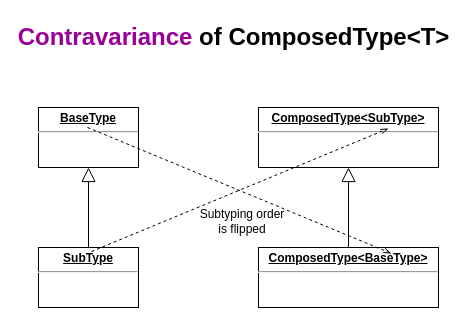
Earlier version of the draw.io diagram page "Contravariance" (3 of 4) of content/posts/153-covariance-contravariance/diagrams/diagram.drawio (panzerdp/dmitripavlutin.com). Source tidied: cells renumbered, new cells numbered last; positions are measured from the earlier drawing's top-left corner, leaving out a move shared by most shapes. Both pictures are drawn from the tidied source at 100%, with x=0, y=0 at pixel (28, 17).
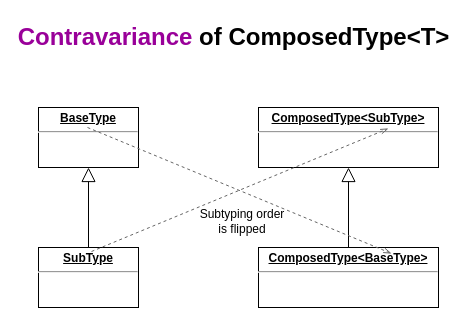
After the change.

What changed in the source:
```diff
@@
 <mxGraphModel>
   <root>
     <mxCell id="0" />
     <mxCell id="1" parent="0" />
     <mxCell id="2" value="&lt;p style=&quot;margin: 0px ; margin-top: 4px ; text-align: center ; text-decoration: underline&quot;&gt;&lt;b&gt;BaseType&lt;/b&gt;&lt;/p&gt;&lt;hr&gt;&lt;p style=&quot;margin: 0px ; margin-left: 8px&quot;&gt;&lt;br&gt;&lt;/p&gt;" style="verticalAlign=top;align=left;overflow=fill;fontSize=12;fontFamily=Helvetica;html=1;" parent="1" vertex="1">
       <mxGeometry x="10" y="90" width="100" height="60" as="geometry" />
     </mxCell>
     <mxCell id="3" style="endArrow=block;endFill=0;endSize=12;html=1;exitX=0.5;exitY=0;exitDx=0;exitDy=0;entryX=0.5;entryY=1;entryDx=0;entryDy=0;entryPerimeter=0;" parent="1" edge="1" target="2">
       <mxGeometry relative="1" as="geometry">
         <mxPoint x="60" y="230" as="sourcePoint" />
       </mxGeometry>
     </mxCell>
     <mxCell id="4" value="&lt;p style=&quot;margin: 0px ; margin-top: 4px ; text-align: center ; text-decoration: underline&quot;&gt;&lt;b&gt;ComposedType&amp;lt;SubType&amp;gt;&lt;/b&gt;&lt;/p&gt;&lt;hr&gt;&lt;p style=&quot;margin: 0px ; margin-left: 8px&quot;&gt;&lt;br&gt;&lt;/p&gt;" style="verticalAlign=top;align=left;overflow=fill;fontSize=12;fontFamily=Helvetica;html=1;" parent="1" vertex="1">
       <mxGeometry x="230" y="90" width="180" height="60" as="geometry" />
     </mxCell>
     <mxCell id="5" style="endArrow=block;endFill=0;endSize=12;html=1;exitX=0.5;exitY=0;exitDx=0;exitDy=0;entryX=0.5;entryY=1;entryDx=0;entryDy=0;entryPerimeter=0;" parent="1" edge="1" target="4">
       <mxGeometry relative="1" as="geometry">
         <mxPoint x="320" y="230" as="sourcePoint" />
       </mxGeometry>
     </mxCell>
     <mxCell id="6" value="&lt;p style=&quot;margin: 0px ; margin-top: 4px ; text-align: center ; text-decoration: underline&quot;&gt;&lt;b&gt;SubType&lt;/b&gt;&lt;/p&gt;&lt;hr&gt;&lt;p style=&quot;margin: 0px ; margin-left: 8px&quot;&gt;&lt;br&gt;&lt;/p&gt;" style="verticalAlign=top;align=left;overflow=fill;fontSize=12;fontFamily=Helvetica;html=1;" parent="1" vertex="1">
       <mxGeometry x="10" y="230" width="100" height="60" as="geometry" />
     </mxCell>
     <mxCell id="7" value="&lt;p style=&quot;margin: 0px ; margin-top: 4px ; text-align: center ; text-decoration: underline&quot;&gt;&lt;b&gt;ComposedType&amp;lt;BaseType&amp;gt;&lt;/b&gt;&lt;/p&gt;&lt;hr&gt;&lt;p style=&quot;margin: 0px ; margin-left: 8px&quot;&gt;&lt;br&gt;&lt;/p&gt;" style="verticalAlign=top;align=left;overflow=fill;fontSize=12;fontFamily=Helvetica;html=1;" parent="1" vertex="1">
       <mxGeometry x="230" y="230" width="180" height="60" as="geometry" />
     </mxCell>
     <mxCell id="8" value="&lt;font color=&quot;#990099&quot;&gt;Contravariance&lt;/font&gt; of ComposedType&amp;lt;T&amp;gt;" style="text;strokeColor=none;fillColor=none;html=1;fontSize=24;fontStyle=1;verticalAlign=middle;align=center;" parent="1" vertex="1">
       <mxGeometry width="410" height="40" as="geometry" />
     </mxCell>
     <mxCell id="9" parent="0" />
     <mxCell id="10" value="Subtyping order &lt;br&gt;is flipped" style="text;html=1;strokeColor=none;fillColor=none;align=center;verticalAlign=middle;whiteSpace=wrap;rounded=0;" parent="9" vertex="1">
       <mxGeometry x="164" y="194" width="100" height="20" as="geometry" />
     </mxCell>
-    <mxCell id="11" style="endArrow=openThin;dashed=1;html=1;exitX=0.49;exitY=0.333;exitDx=0;exitDy=0;exitPerimeter=0;entryX=0.739;entryY=0.1;entryDx=0;entryDy=0;entryPerimeter=0;endFill=0;" parent="9" edge="1" source="2" target="7">
+    <mxCell id="11" style="endArrow=openThin;dashed=1;html=1;exitX=0.49;exitY=0.333;exitDx=0;exitDy=0;exitPerimeter=0;entryX=0.739;entryY=0.1;entryDx=0;entryDy=0;entryPerimeter=0;endFill=0;fillColor=#f5f5f5;strokeColor=#666666;" parent="9" edge="1" source="2" target="7">
       <mxGeometry relative="1" as="geometry" />
     </mxCell>
-    <mxCell id="12" style="endArrow=openThin;dashed=1;html=1;exitX=0.53;exitY=0.067;exitDx=0;exitDy=0;exitPerimeter=0;entryX=0.722;entryY=0.35;entryDx=0;entryDy=0;entryPerimeter=0;endFill=0;" parent="9" edge="1" source="6" target="4">
+    <mxCell id="12" style="endArrow=openThin;dashed=1;html=1;exitX=0.53;exitY=0.067;exitDx=0;exitDy=0;exitPerimeter=0;entryX=0.722;entryY=0.35;entryDx=0;entryDy=0;entryPerimeter=0;endFill=0;fillColor=#f5f5f5;strokeColor=#666666;" parent="9" edge="1" source="6" target="4">
       <mxGeometry relative="1" as="geometry" />
     </mxCell>
   </root>
 </mxGraphModel>
```
